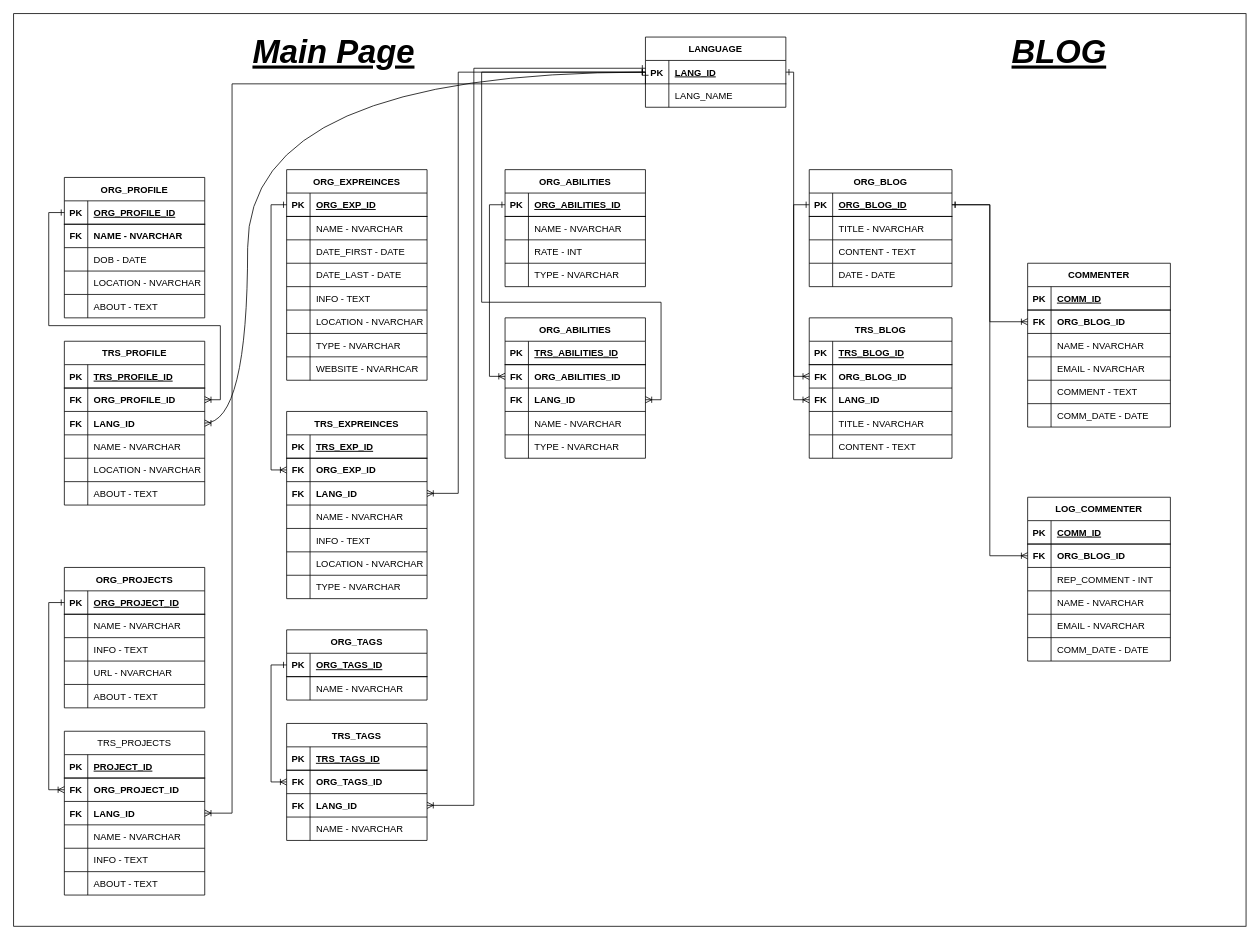
Before: Design/database.drawio in CC-chain/Personal-Dynamic-Web, a draw.io diagram. Source tidied: cells renumbered, new cells numbered last; positions are measured from the earlier drawing's top-left corner, leaving out a move shared by most shapes. Both pictures are drawn from the tidied source at 78%, with x=0, y=0 at pixel (13, 13).
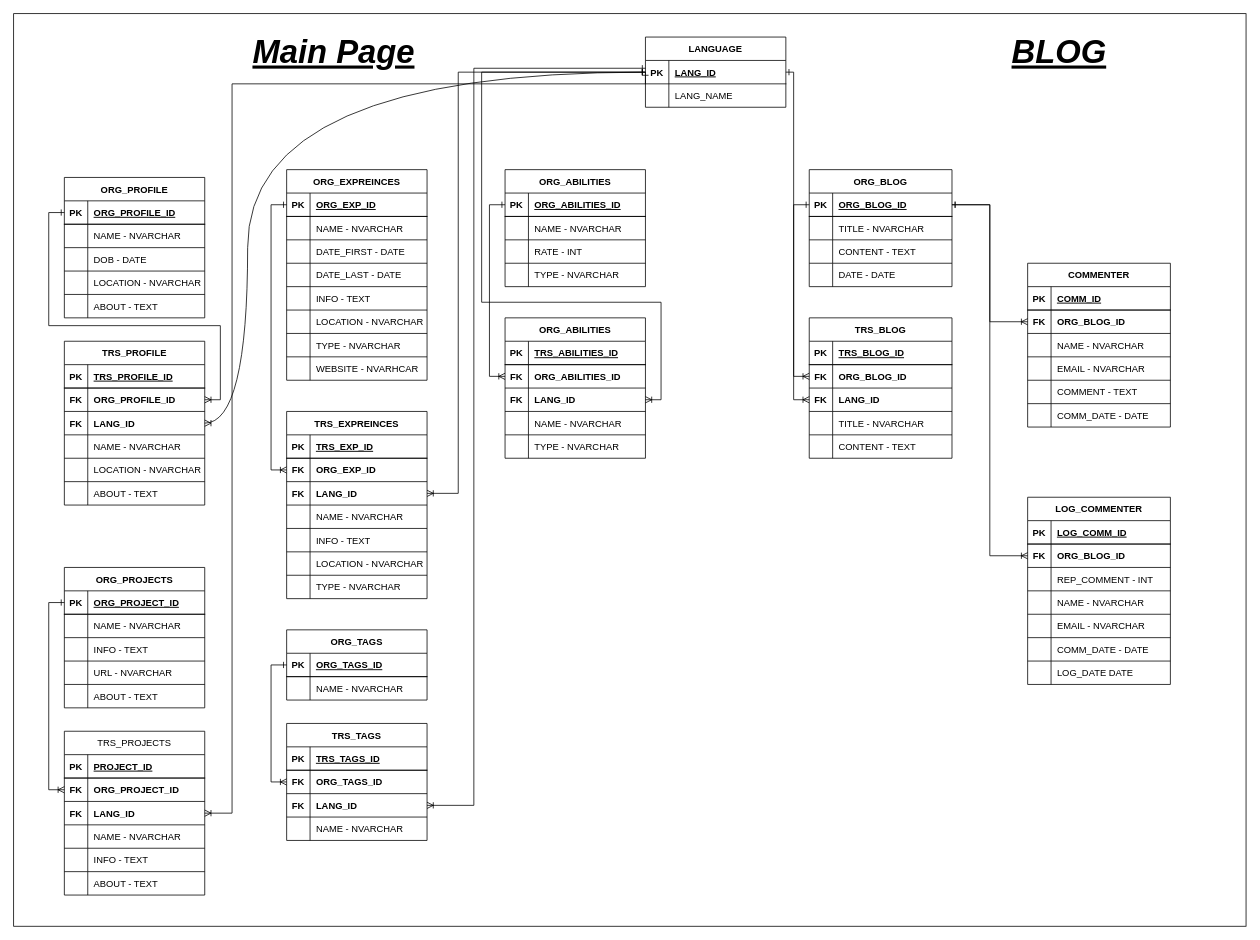
The same page after the edit.

The change refers to these unchanged cells:
```xml
<mxCell id="8" style="shape=partialRectangle;fillColor=none;top=0;left=0;bottom=0;right=0;fontStyle=1;" parent="4" vertex="1">
  <mxGeometry y="60" width="180" height="30" as="geometry" />
</mxCell>
<mxCell id="240" style="shape=partialRectangle;fillColor=none;top=0;left=0;bottom=1;right=0;" parent="239" vertex="1">
  <mxGeometry y="30" width="183" height="30" as="geometry" />
</mxCell>
```

Change to the diagram source:
```diff
@@
-    <mxCell id="9" value="FK" style="shape=partialRectangle;fillColor=none;top=0;left=0;bottom=0;right=0;overflow=hidden;fontStyle=1;" parent="8" vertex="1">
+    <mxCell id="9" style="shape=partialRectangle;fillColor=none;top=0;left=0;bottom=0;right=0;overflow=hidden;fontStyle=1;" parent="8" vertex="1">
       <mxGeometry width="30" height="30" as="geometry" />
     </mxCell>
-    <mxCell id="10" value="NAME - NVARCHAR" style="shape=partialRectangle;fillColor=none;top=0;left=0;bottom=0;right=0;align=left;spacingLeft=6;overflow=hidden;fontStyle=1;" parent="8" vertex="1">
+    <mxCell id="10" value="NAME - NVARCHAR" style="shape=partialRectangle;fillColor=none;top=0;left=0;bottom=0;right=0;align=left;spacingLeft=6;overflow=hidden;fontStyle=0;" parent="8" vertex="1">
       <mxGeometry x="30" width="150" height="30" as="geometry" />
     </mxCell>
@@
     <mxCell id="239" value="LOG_COMMENTER" style="shape=table;startSize=30;childLayout=tableLayout;rowLines=1;fontStyle=1;align=center;fontSize=12;" parent="1" vertex="1">
-      <mxGeometry x="1300" y="620" width="183" height="210" as="geometry" />
+      <mxGeometry x="1300" y="620" width="183" height="240" as="geometry" />
     </mxCell>
@@
-    <mxCell id="242" value="COMM_ID" style="shape=partialRectangle;fillColor=none;top=0;left=0;bottom=0;right=0;align=left;spacingLeft=6;fontStyle=5;overflow=hidden;" parent="240" vertex="1">
+    <mxCell id="242" value="LOG_COMM_ID" style="shape=partialRectangle;fillColor=none;top=0;left=0;bottom=0;right=0;align=left;spacingLeft=6;fontStyle=5;overflow=hidden;" parent="240" vertex="1">
       <mxGeometry x="30" width="153" height="30" as="geometry" />
     </mxCell>
@@
+    <mxCell id="259" style="shape=partialRectangle;fillColor=none;top=0;left=0;bottom=0;right=0;" parent="239" vertex="1">
+      <mxGeometry y="210" width="183" height="30" as="geometry" />
+    </mxCell>
+    <mxCell id="260" style="shape=partialRectangle;fillColor=none;top=0;left=0;bottom=0;right=0;overflow=hidden;" parent="259" vertex="1">
+      <mxGeometry width="30" height="30" as="geometry" />
+    </mxCell>
+    <mxCell id="261" value="LOG_DATE DATE" style="shape=partialRectangle;fillColor=none;top=0;left=0;bottom=0;right=0;align=left;spacingLeft=6;overflow=hidden;" parent="259" vertex="1">
+      <mxGeometry x="30" width="153" height="30" as="geometry" />
+    </mxCell>
```
